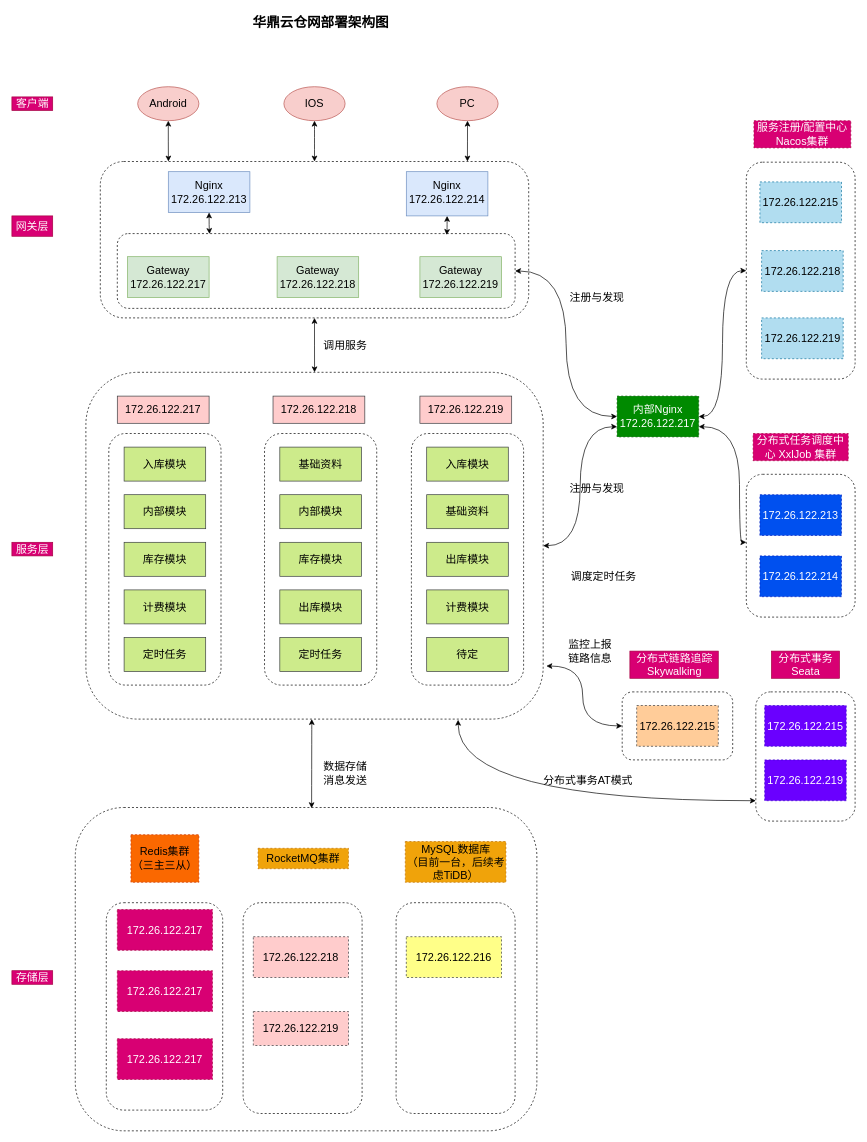
mstao/static keeps this draw.io diagram as pdf/华鼎云仓网架构图.drawio. Above is the earlier version. Source tidied: cells renumbered, new cells numbered last; positions are measured from the earlier drawing's top-left corner, leaving out a move shared by most shapes. Both pictures are drawn from the tidied source at 68%, with x=0, y=0 at pixel (12, 12).
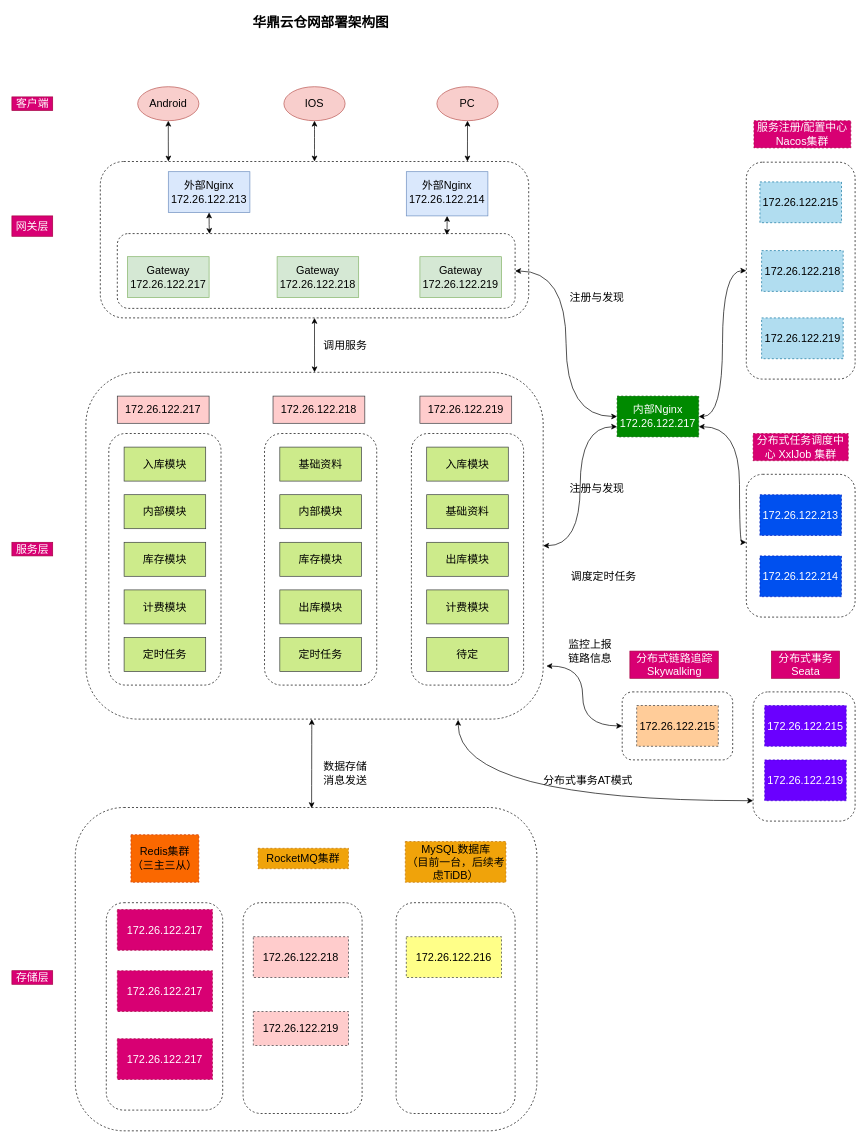
Above is the later version.

Commit message:
Update 华鼎云仓网架构图.drawio

The edit, as a diff of the source:
```diff
@@
-    <mxCell id="15" value="Nginx&lt;br&gt;172.26.122.213" style="text;html=1;strokeColor=none;fillColor=none;align=center;verticalAlign=middle;whiteSpace=wrap;rounded=0;labelBackgroundColor=none;fontSize=16;" parent="1" vertex="1">
+    <mxCell id="15" value="外部Nginx&lt;br&gt;172.26.122.213" style="text;html=1;strokeColor=none;fillColor=none;align=center;verticalAlign=middle;whiteSpace=wrap;rounded=0;labelBackgroundColor=none;fontSize=16;" parent="1" vertex="1">
       <mxGeometry x="235" y="245" width="110" height="40" as="geometry" />
     </mxCell>
@@
-    <mxCell id="18" value="Nginx&lt;br&gt;172.26.122.214" style="text;html=1;strokeColor=none;fillColor=none;align=center;verticalAlign=middle;whiteSpace=wrap;rounded=0;labelBackgroundColor=none;fontSize=16;" parent="1" vertex="1">
+    <mxCell id="18" value="外部Nginx&lt;br&gt;172.26.122.214" style="text;html=1;strokeColor=none;fillColor=none;align=center;verticalAlign=middle;whiteSpace=wrap;rounded=0;labelBackgroundColor=none;fontSize=16;" parent="1" vertex="1">
       <mxGeometry x="585" y="245" width="110" height="40" as="geometry" />
     </mxCell>
@@
     <mxCell id="77" style="rounded=1;whiteSpace=wrap;html=1;shadow=0;glass=0;dashed=1;labelBackgroundColor=#;sketch=0;fontSize=16;fillColor=none;" parent="1" vertex="1">
-      <mxGeometry x="1094" y="1000" width="146" height="190" as="geometry" />
+      <mxGeometry x="1090" y="1000" width="150" height="190" as="geometry" />
     </mxCell>
```
